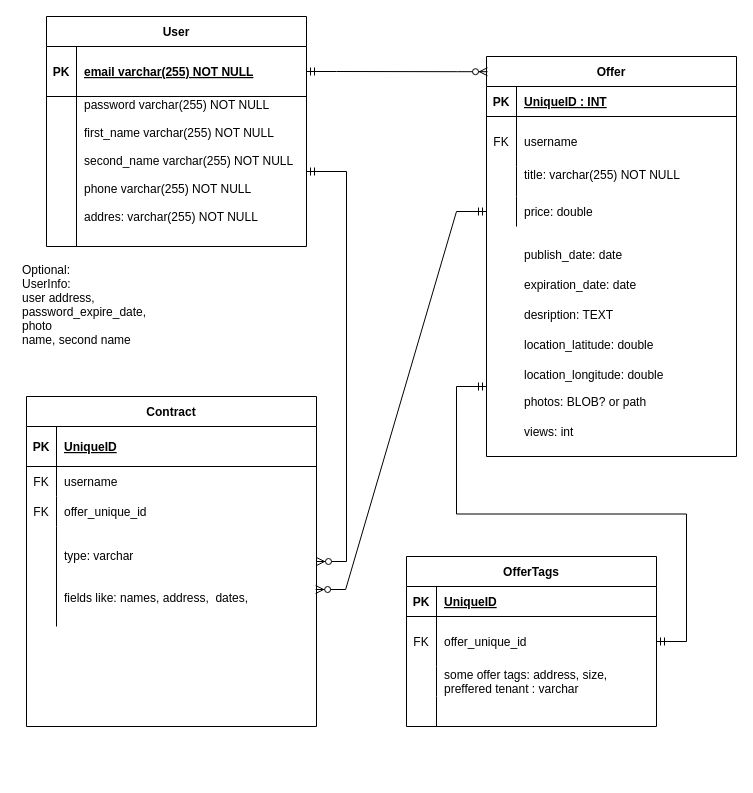
This is StudentRent.drawio from JakubKedzierski/mobilne_systemy, a draw.io file, before an edit. Source tidied: cells renumbered, new cells numbered last; positions are measured from the earlier drawing's top-left corner, leaving out a move shared by most shapes. Both pictures are drawn from the tidied source at 100%, with x=0, y=0 at pixel (16, 16).
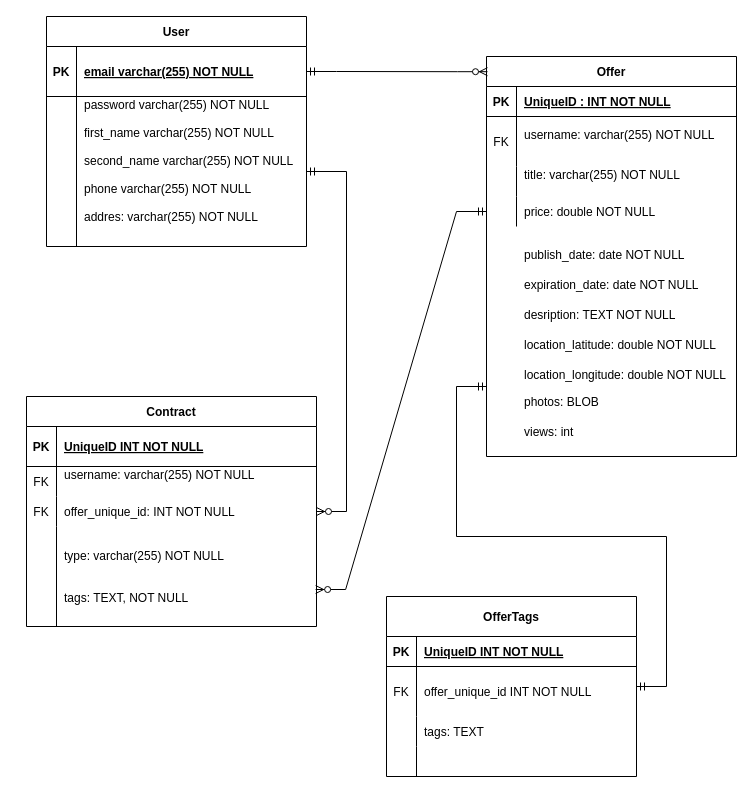
After the change.

Unchanged cells that the change refers to:
```xml
<mxCell id="10" style="shape=tableRow;horizontal=0;startSize=0;swimlaneHead=0;swimlaneBody=0;fillColor=none;top=0;left=0;right=0;bottom=1;" parent="9" vertex="1">
  <mxGeometry y="30" width="290" height="40" as="geometry" />
</mxCell>
<mxCell id="13" style="shape=tableRow;horizontal=0;startSize=0;swimlaneHead=0;swimlaneBody=0;fillColor=none;top=0;left=0;right=0;bottom=0;" parent="9" vertex="1">
  <mxGeometry y="70" width="290" height="30" as="geometry" />
</mxCell>
<mxCell id="16" style="shape=tableRow;horizontal=0;startSize=0;swimlaneHead=0;swimlaneBody=0;fillColor=none;top=0;left=0;right=0;bottom=0;" parent="9" vertex="1">
  <mxGeometry y="100" width="290" height="30" as="geometry" />
</mxCell>
<mxCell id="19" style="shape=tableRow;horizontal=0;startSize=0;swimlaneHead=0;swimlaneBody=0;fillColor=none;points=[[0,0.5],[1,0.5]];portConstraint=eastwest;top=0;left=0;right=0;bottom=0;" parent="9" vertex="1">
  <mxGeometry y="130" width="290" height="100" as="geometry" />
</mxCell>
<mxCell id="38" style="shape=tableRow;horizontal=0;startSize=0;swimlaneHead=0;swimlaneBody=0;fillColor=none;top=0;left=0;right=0;bottom=1;" parent="37" vertex="1">
  <mxGeometry y="30" width="250" height="30" as="geometry" />
</mxCell>
<mxCell id="41" style="shape=tableRow;horizontal=0;startSize=0;swimlaneHead=0;swimlaneBody=0;fillColor=none;top=0;left=0;right=0;bottom=0;" parent="37" vertex="1">
  <mxGeometry y="60" width="250" height="50" as="geometry" />
</mxCell>
<mxCell id="47" style="shape=tableRow;horizontal=0;startSize=0;swimlaneHead=0;swimlaneBody=0;fillColor=none;points=[[0,0.5],[1,0.5]];portConstraint=eastwest;top=0;left=0;right=0;bottom=0;" parent="37" vertex="1">
  <mxGeometry y="140" width="250" height="30" as="geometry" />
</mxCell>
<mxCell id="50" style="group;" parent="36" vertex="1">
  <mxGeometry x="30" y="192.5" width="220" height="207.5" as="geometry" />
</mxCell>
```

The edit, as a diff of the source:
```diff
@@
     <mxCell id="9" value="Contract" style="shape=table;startSize=30;childLayout=tableLayout;rowLines=0;fontStyle=1;align=center;" parent="1" vertex="1">
-      <mxGeometry x="10" y="380" width="290" height="330" as="geometry" />
+      <mxGeometry x="10" y="380" width="290" height="230" as="geometry" />
     </mxCell>
@@
-    <mxCell id="12" value="UniqueID" style="shape=partialRectangle;fillColor=none;top=0;left=0;bottom=0;right=0;align=left;spacingLeft=6;fontStyle=5;overflow=hidden;" parent="10" vertex="1">
+    <mxCell id="12" value="UniqueID INT NOT NULL" style="shape=partialRectangle;fillColor=none;top=0;left=0;bottom=0;right=0;align=left;spacingLeft=6;fontStyle=5;overflow=hidden;" parent="10" vertex="1">
       <mxGeometry x="30" width="260" height="40" as="geometry" />
     </mxCell>
@@
-    <mxCell id="15" value="username " style="shape=partialRectangle;fillColor=none;top=0;left=0;bottom=0;right=0;align=left;spacingLeft=6;overflow=hidden;" parent="13" vertex="1">
+    <mxCell id="15" value="username: varchar(255) NOT NULL&#10;" style="shape=partialRectangle;fillColor=none;top=0;left=0;bottom=0;right=0;align=left;spacingLeft=6;overflow=hidden;" parent="13" vertex="1">
       <mxGeometry x="30" width="260" height="30" as="geometry" />
     </mxCell>
@@
-    <mxCell id="18" value="offer_unique_id" style="shape=partialRectangle;fillColor=none;top=0;left=0;bottom=0;right=0;align=left;spacingLeft=6;overflow=hidden;" parent="16" vertex="1">
+    <mxCell id="18" value="offer_unique_id: INT NOT NULL" style="shape=partialRectangle;fillColor=none;top=0;left=0;bottom=0;right=0;align=left;spacingLeft=6;overflow=hidden;" parent="16" vertex="1">
       <mxGeometry x="30" width="260" height="30" as="geometry" />
     </mxCell>
@@
-    <mxCell id="21" value="type: varchar&#10;&#10;&#10;fields like: names, address,  dates, " style="shape=partialRectangle;fillColor=none;top=0;left=0;bottom=0;right=0;align=left;spacingLeft=6;overflow=hidden;" parent="19" vertex="1">
+    <mxCell id="21" value="type: varchar(255) NOT NULL&#10;&#10;&#10;tags: TEXT, NOT NULL " style="shape=partialRectangle;fillColor=none;top=0;left=0;bottom=0;right=0;align=left;spacingLeft=6;overflow=hidden;" parent="19" vertex="1">
       <mxGeometry x="30" width="260" height="100" as="geometry" />
     </mxCell>
-    <mxCell id="22" value="Optional:&#10;UserInfo:&#10;user address,&#10;password_expire_date,&#10;photo&#10;name, second name" style="text;strokeColor=none;fillColor=none;spacingLeft=4;spacingRight=4;overflow=hidden;fontSize=12;" parent="1" vertex="1">
-      <mxGeometry y="240" width="140" height="105" as="geometry" />
-    </mxCell>
-    <mxCell id="23" value="OfferTags" style="shape=table;startSize=30;childLayout=tableLayout;rowLines=0;fontStyle=1;align=center;" parent="1" vertex="1">
-      <mxGeometry x="390" y="540" width="250" height="170" as="geometry" />
+    <mxCell id="23" value="OfferTags" style="shape=table;startSize=40;childLayout=tableLayout;rowLines=0;fontStyle=1;align=center;" parent="1" vertex="1">
+      <mxGeometry x="370" y="580" width="250" height="180" as="geometry" />
     </mxCell>
     <mxCell id="24" style="shape=tableRow;horizontal=0;startSize=0;swimlaneHead=0;swimlaneBody=0;fillColor=none;top=0;left=0;right=0;bottom=1;" parent="23" vertex="1">
-      <mxGeometry y="30" width="250" height="30" as="geometry" />
+      <mxGeometry y="40" width="250" height="30" as="geometry" />
     </mxCell>
@@
-    <mxCell id="26" value="UniqueID" style="shape=partialRectangle;fillColor=none;top=0;left=0;bottom=0;right=0;align=left;spacingLeft=6;fontStyle=5;overflow=hidden;" parent="24" vertex="1">
+    <mxCell id="26" value="UniqueID INT NOT NULL" style="shape=partialRectangle;fillColor=none;top=0;left=0;bottom=0;right=0;align=left;spacingLeft=6;fontStyle=5;overflow=hidden;" parent="24" vertex="1">
       <mxGeometry x="30" width="220" height="30" as="geometry" />
     </mxCell>
     <mxCell id="27" style="shape=tableRow;horizontal=0;startSize=0;swimlaneHead=0;swimlaneBody=0;fillColor=none;top=0;left=0;right=0;bottom=0;" parent="23" vertex="1">
-      <mxGeometry y="60" width="250" height="50" as="geometry" />
+      <mxGeometry y="70" width="250" height="50" as="geometry" />
     </mxCell>
@@
-    <mxCell id="29" value="offer_unique_id" style="shape=partialRectangle;fillColor=none;top=0;left=0;bottom=0;right=0;align=left;spacingLeft=6;overflow=hidden;" parent="27" vertex="1">
+    <mxCell id="29" value="offer_unique_id INT NOT NULL" style="shape=partialRectangle;fillColor=none;top=0;left=0;bottom=0;right=0;align=left;spacingLeft=6;overflow=hidden;" parent="27" vertex="1">
       <mxGeometry x="30" width="220" height="50" as="geometry" />
     </mxCell>
     <mxCell id="30" style="shape=tableRow;horizontal=0;startSize=0;swimlaneHead=0;swimlaneBody=0;fillColor=none;top=0;left=0;right=0;bottom=0;" parent="23" vertex="1">
-      <mxGeometry y="110" width="250" height="30" as="geometry" />
+      <mxGeometry y="120" width="250" height="30" as="geometry" />
     </mxCell>
@@
-    <mxCell id="32" value="some offer tags: address, size, &#10;preffered tenant : varchar" style="shape=partialRectangle;fillColor=none;top=0;left=0;bottom=0;right=0;align=left;spacingLeft=6;overflow=hidden;" parent="30" vertex="1">
+    <mxCell id="32" value="tags: TEXT" style="shape=partialRectangle;fillColor=none;top=0;left=0;bottom=0;right=0;align=left;spacingLeft=6;overflow=hidden;" parent="30" vertex="1">
       <mxGeometry x="30" width="220" height="30" as="geometry" />
     </mxCell>
     <mxCell id="33" style="shape=tableRow;horizontal=0;startSize=0;swimlaneHead=0;swimlaneBody=0;fillColor=none;top=0;left=0;right=0;bottom=0;" parent="23" vertex="1">
-      <mxGeometry y="140" width="250" height="30" as="geometry" />
+      <mxGeometry y="150" width="250" height="30" as="geometry" />
     </mxCell>
@@
-    <mxCell id="40" value="UniqueID : INT" style="shape=partialRectangle;fillColor=none;top=0;left=0;bottom=0;right=0;align=left;spacingLeft=6;fontStyle=5;overflow=hidden;" parent="38" vertex="1">
+    <mxCell id="40" value="UniqueID : INT NOT NULL" style="shape=partialRectangle;fillColor=none;top=0;left=0;bottom=0;right=0;align=left;spacingLeft=6;fontStyle=5;overflow=hidden;" parent="38" vertex="1">
       <mxGeometry x="30" width="220" height="30" as="geometry" />
     </mxCell>
@@
-    <mxCell id="43" value="username" style="shape=partialRectangle;fillColor=none;top=0;left=0;bottom=0;right=0;align=left;spacingLeft=6;overflow=hidden;" parent="41" vertex="1">
+    <mxCell id="43" value="username: varchar(255) NOT NULL&#10;" style="shape=partialRectangle;fillColor=none;top=0;left=0;bottom=0;right=0;align=left;spacingLeft=6;overflow=hidden;" parent="41" vertex="1">
       <mxGeometry x="30" width="220" height="50" as="geometry" />
     </mxCell>
@@
-    <mxCell id="49" value="price: double" style="shape=partialRectangle;fillColor=none;top=0;left=0;bottom=0;right=0;align=left;spacingLeft=6;overflow=hidden;" parent="47" vertex="1">
+    <mxCell id="49" value="price: double NOT NULL" style="shape=partialRectangle;fillColor=none;top=0;left=0;bottom=0;right=0;align=left;spacingLeft=6;overflow=hidden;" parent="47" vertex="1">
       <mxGeometry x="30" width="220" height="30" as="geometry" />
     </mxCell>
@@
-    <mxCell id="51" value="publish_date: date" style="shape=partialRectangle;fillColor=none;top=0;left=0;bottom=0;right=0;align=left;spacingLeft=6;overflow=hidden;" parent="50" vertex="1">
+    <mxCell id="51" value="publish_date: date NOT NULL" style="shape=partialRectangle;fillColor=none;top=0;left=0;bottom=0;right=0;align=left;spacingLeft=6;overflow=hidden;" parent="50" vertex="1">
       <mxGeometry width="220" height="30" as="geometry" />
     </mxCell>
-    <mxCell id="52" value="expiration_date: date" style="shape=partialRectangle;fillColor=none;top=0;left=0;bottom=0;right=0;align=left;spacingLeft=6;overflow=hidden;" parent="50" vertex="1">
+    <mxCell id="52" value="expiration_date: date NOT NULL" style="shape=partialRectangle;fillColor=none;top=0;left=0;bottom=0;right=0;align=left;spacingLeft=6;overflow=hidden;" parent="50" vertex="1">
       <mxGeometry y="30" width="220" height="30" as="geometry" />
     </mxCell>
-    <mxCell id="53" value="desription: TEXT" style="shape=partialRectangle;fillColor=none;top=0;left=0;bottom=0;right=0;align=left;spacingLeft=6;overflow=hidden;" parent="50" vertex="1">
+    <mxCell id="53" value="desription: TEXT NOT NULL" style="shape=partialRectangle;fillColor=none;top=0;left=0;bottom=0;right=0;align=left;spacingLeft=6;overflow=hidden;" parent="50" vertex="1">
       <mxGeometry y="60" width="220" height="30" as="geometry" />
     </mxCell>
-    <mxCell id="54" value="location_latitude: double" style="shape=partialRectangle;fillColor=none;top=0;left=0;bottom=0;right=0;align=left;spacingLeft=6;overflow=hidden;" parent="50" vertex="1">
+    <mxCell id="54" value="location_latitude: double NOT NULL" style="shape=partialRectangle;fillColor=none;top=0;left=0;bottom=0;right=0;align=left;spacingLeft=6;overflow=hidden;" parent="50" vertex="1">
       <mxGeometry y="90" width="220" height="30" as="geometry" />
     </mxCell>
-    <mxCell id="55" value="location_longitude: double" style="shape=partialRectangle;fillColor=none;top=0;left=0;bottom=0;right=0;align=left;spacingLeft=6;overflow=hidden;" parent="50" vertex="1">
+    <mxCell id="55" value="location_longitude: double NOT NULL" style="shape=partialRectangle;fillColor=none;top=0;left=0;bottom=0;right=0;align=left;spacingLeft=6;overflow=hidden;" parent="50" vertex="1">
       <mxGeometry y="120" width="220" height="30" as="geometry" />
     </mxCell>
-    <mxCell id="56" value="photos: BLOB? or path " style="shape=partialRectangle;fillColor=none;top=0;left=0;bottom=0;right=0;align=left;spacingLeft=6;overflow=hidden;" parent="50" vertex="1">
+    <mxCell id="56" value="photos: BLOB " style="shape=partialRectangle;fillColor=none;top=0;left=0;bottom=0;right=0;align=left;spacingLeft=6;overflow=hidden;" parent="50" vertex="1">
       <mxGeometry y="147.5" width="220" height="30" as="geometry" />
     </mxCell>
```
